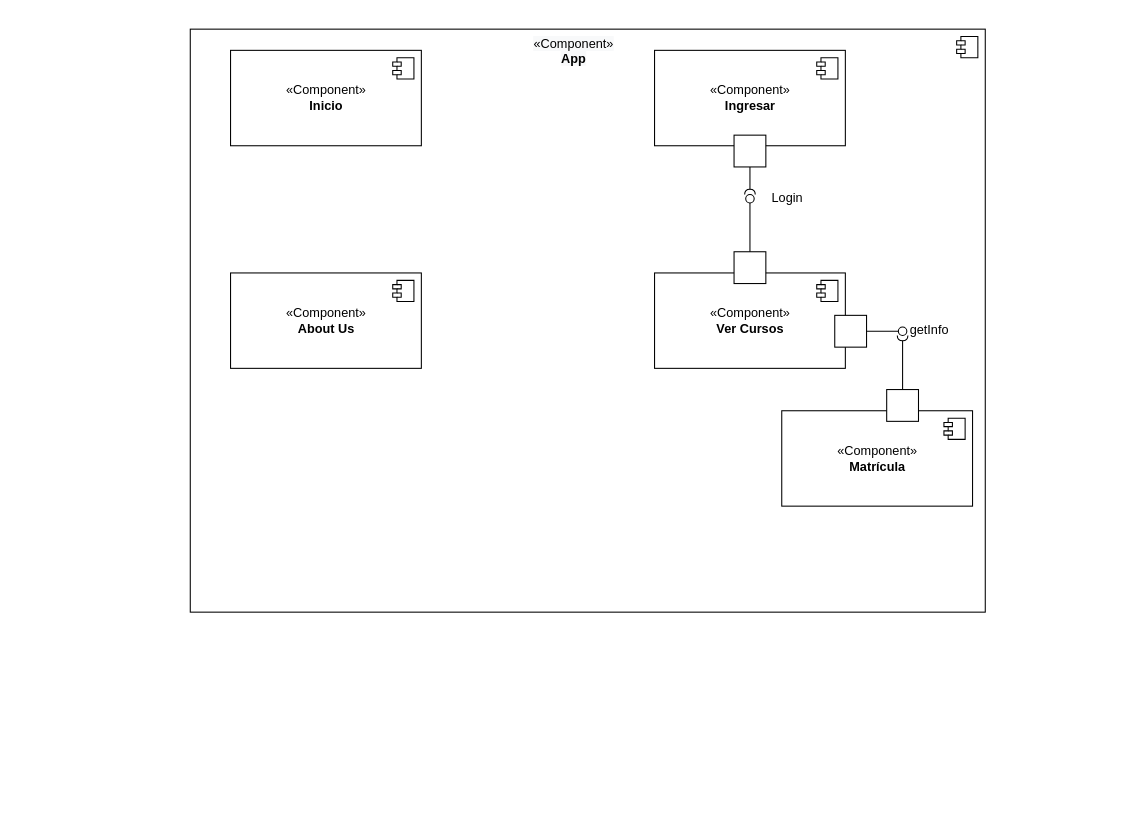
The draw.io diagram Untitled Diagram.drawio in Skyware-Developer/software3-apuntes, before the edit. Source tidied: cells renumbered, new cells numbered last; positions are measured from the earlier drawing's top-left corner, leaving out a move shared by most shapes. Both pictures are drawn from the tidied source at 106%, with x=0, y=0 at pixel (190, 29).
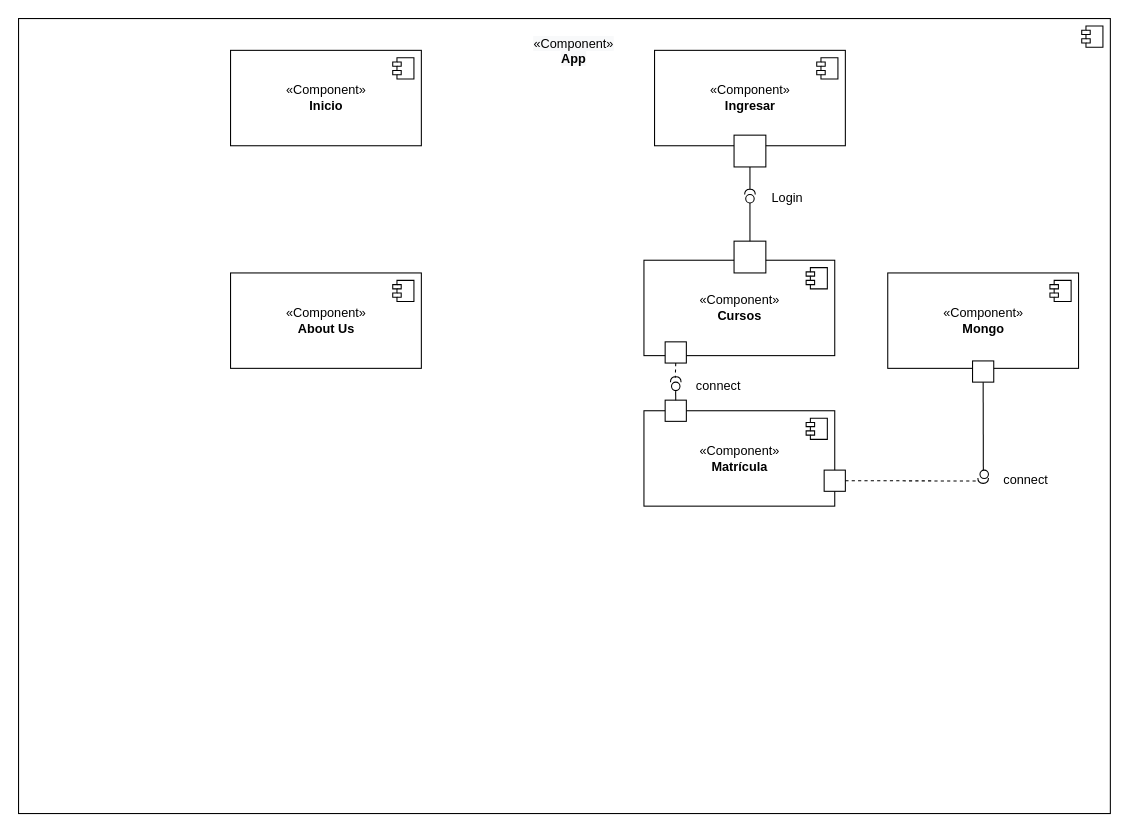
The same page after the edit.

Commit message:
Eliminación de relación cursos-matricula por comun BD

The edit, as a diff of the source:
```diff
@@
     <mxCell id="2" style="html=1;" parent="1" vertex="1">
-      <mxGeometry width="750" height="550" as="geometry" />
+      <mxGeometry x="-162" y="-10" width="1030" height="750" as="geometry" />
     </mxCell>
@@
-    <mxCell id="8" value="«Component»&lt;br&gt;&lt;b&gt;Ver Cursos&lt;/b&gt;" style="html=1;" parent="1" vertex="1">
-      <mxGeometry x="438" y="230" width="180" height="90" as="geometry" />
+    <mxCell id="8" value="«Component»&lt;br&gt;&lt;b&gt;Cursos&lt;/b&gt;" style="html=1;" parent="1" vertex="1">
+      <mxGeometry x="428" y="218" width="180" height="90" as="geometry" />
     </mxCell>
@@
     <mxCell id="10" style="html=1;rounded=0;" parent="1" vertex="1">
-      <mxGeometry x="513" y="210" width="30" height="30" as="geometry" />
+      <mxGeometry x="513" y="200" width="30" height="30" as="geometry" />
     </mxCell>
@@
-    <mxCell id="15" style="html=1;rounded=0;" parent="1" vertex="1">
-      <mxGeometry x="608" y="270" width="30" height="30" as="geometry" />
-    </mxCell>
-    <mxCell id="16" style="endArrow=none;html=1;rounded=0;align=center;verticalAlign=top;endFill=0;labelBackgroundColor=none;endSize=2;exitX=1;exitY=0.5;exitDx=0;exitDy=0;" parent="1" edge="1" source="15">
-      <mxGeometry relative="1" as="geometry">
-        <mxPoint x="668" y="285" as="targetPoint" />
-      </mxGeometry>
-    </mxCell>
-    <mxCell id="17" style="ellipse;html=1;fontSize=11;align=center;fillColor=none;verticalAlign=bottom;labelPosition=center;verticalLabelPosition=top;flipH=1;" parent="1" vertex="1">
-      <mxGeometry x="668" y="281" width="8" height="8" as="geometry" />
-    </mxCell>
     <mxCell id="18" value="«Component»&lt;br&gt;&lt;b&gt;Matrícula&lt;/b&gt;" style="html=1;" parent="1" vertex="1">
-      <mxGeometry x="558" y="360" width="180" height="90" as="geometry" />
+      <mxGeometry x="428" y="360" width="180" height="90" as="geometry" />
     </mxCell>
@@
-    <mxCell id="24" style="html=1;rounded=0;" parent="1" vertex="1">
-      <mxGeometry x="657" y="340" width="30" height="30" as="geometry" />
-    </mxCell>
-    <mxCell id="25" style="endArrow=none;html=1;rounded=0;align=center;verticalAlign=top;endFill=0;labelBackgroundColor=none;endSize=2;" parent="1" edge="1" source="24" target="26">
-      <mxGeometry relative="1" as="geometry" />
-    </mxCell>
-    <mxCell id="26" style="shape=requiredInterface;html=1;fontSize=11;align=center;fillColor=none;points=[];verticalAlign=bottom;labelPosition=center;verticalLabelPosition=top;flipH=1;direction=south;" parent="1" vertex="1">
-      <mxGeometry x="667" y="289" width="10" height="5" as="geometry" />
-    </mxCell>
-    <mxCell id="27" value="getInfo" style="text;html=1;align=center;verticalAlign=middle;strokeColor=none;fillColor=none;" parent="1" vertex="1">
-      <mxGeometry x="672" y="274" width="50" height="20" as="geometry" />
-    </mxCell>
@@
+    <mxCell id="30" value="«Component»&lt;br&gt;&lt;b&gt;Mongo&lt;/b&gt;" style="html=1;" parent="1" vertex="1">
+      <mxGeometry x="658" y="230" width="180" height="90" as="geometry" />
+    </mxCell>
+    <mxCell id="31" style="shape=module;jettyWidth=8;jettyHeight=4;" parent="30" vertex="1">
+      <mxGeometry x="1" width="20" height="20" relative="1" as="geometry">
+        <mxPoint x="-27" y="7" as="offset" />
+      </mxGeometry>
+    </mxCell>
+    <mxCell id="32" style="html=1;rounded=0;" parent="1" vertex="1">
+      <mxGeometry x="598" y="416" width="20" height="20" as="geometry" />
+    </mxCell>
+    <mxCell id="33" style="html=1;rounded=0;" parent="1" vertex="1">
+      <mxGeometry x="738" y="313" width="20" height="20" as="geometry" />
+    </mxCell>
+    <mxCell id="34" style="endArrow=none;html=1;rounded=0;align=center;verticalAlign=top;endFill=0;labelBackgroundColor=none;endSize=2;exitX=0.5;exitY=1;exitDx=0;exitDy=0;entryX=0.604;entryY=-0.007;entryDx=0;entryDy=0;entryPerimeter=0;" parent="1" edge="1" source="33" target="35">
+      <mxGeometry relative="1" as="geometry" />
+    </mxCell>
+    <mxCell id="35" style="ellipse;html=1;fontSize=11;align=center;fillColor=none;points=[];verticalAlign=bottom;labelPosition=center;verticalLabelPosition=top;flipH=1;" parent="1" vertex="1">
+      <mxGeometry x="745" y="416" width="8" height="8" as="geometry" />
+    </mxCell>
+    <mxCell id="36" style="html=1;rounded=0;" parent="1" vertex="1">
+      <mxGeometry x="448" y="350" width="20" height="20" as="geometry" />
+    </mxCell>
+    <mxCell id="37" style="endArrow=none;html=1;rounded=0;align=center;verticalAlign=top;endFill=0;labelBackgroundColor=none;endSize=2;exitX=0.5;exitY=0;exitDx=0;exitDy=0;entryX=0.514;entryY=1.06;entryDx=0;entryDy=0;entryPerimeter=0;" parent="1" edge="1" source="36" target="38">
+      <mxGeometry relative="1" as="geometry" />
+    </mxCell>
+    <mxCell id="38" style="ellipse;html=1;fontSize=11;align=center;fillColor=none;points=[];verticalAlign=bottom;labelPosition=center;verticalLabelPosition=top;flipH=1;" parent="1" vertex="1">
+      <mxGeometry x="454" y="333" width="8" height="8" as="geometry" />
+    </mxCell>
+    <mxCell id="39" style="html=1;rounded=0;" parent="1" vertex="1">
+      <mxGeometry x="448" y="295" width="20" height="20" as="geometry" />
+    </mxCell>
+    <mxCell id="40" style="endArrow=none;html=1;rounded=0;align=center;verticalAlign=top;endFill=0;labelBackgroundColor=none;endSize=2;exitX=0.5;exitY=1;exitDx=0;exitDy=0;entryX=0.829;entryY=0.543;entryDx=0;entryDy=0;entryPerimeter=0;dashed=1;" parent="1" edge="1" source="39" target="41">
+      <mxGeometry relative="1" as="geometry" />
+    </mxCell>
+    <mxCell id="41" style="shape=requiredInterface;html=1;fontSize=11;align=center;fillColor=none;points=[];verticalAlign=bottom;labelPosition=center;verticalLabelPosition=top;flipH=1;direction=north;" parent="1" vertex="1">
+      <mxGeometry x="453" y="328" width="10" height="5" as="geometry" />
+    </mxCell>
+    <mxCell id="42" value="connect" style="text;html=1;align=center;verticalAlign=middle;strokeColor=none;fillColor=none;" parent="1" vertex="1">
+      <mxGeometry x="468" y="327" width="60" height="20" as="geometry" />
+    </mxCell>
+    <mxCell id="43" style="endArrow=none;html=1;rounded=0;align=center;verticalAlign=top;endFill=0;labelBackgroundColor=none;endSize=2;entryX=0.556;entryY=-0.011;entryDx=0;entryDy=0;entryPerimeter=0;dashed=1;exitX=1;exitY=0.5;exitDx=0;exitDy=0;" parent="1" edge="1" source="32" target="44">
+      <mxGeometry relative="1" as="geometry" />
+    </mxCell>
+    <mxCell id="44" style="shape=requiredInterface;html=1;fontSize=11;align=center;fillColor=none;points=[];verticalAlign=bottom;labelPosition=center;verticalLabelPosition=top;flipH=1;direction=south;" parent="1" vertex="1">
+      <mxGeometry x="743" y="423.5" width="10" height="5" as="geometry" />
+    </mxCell>
+    <mxCell id="45" value="connect" style="text;html=1;align=center;verticalAlign=middle;strokeColor=none;fillColor=none;" parent="1" vertex="1">
+      <mxGeometry x="758" y="416" width="60" height="20" as="geometry" />
+    </mxCell>
```
